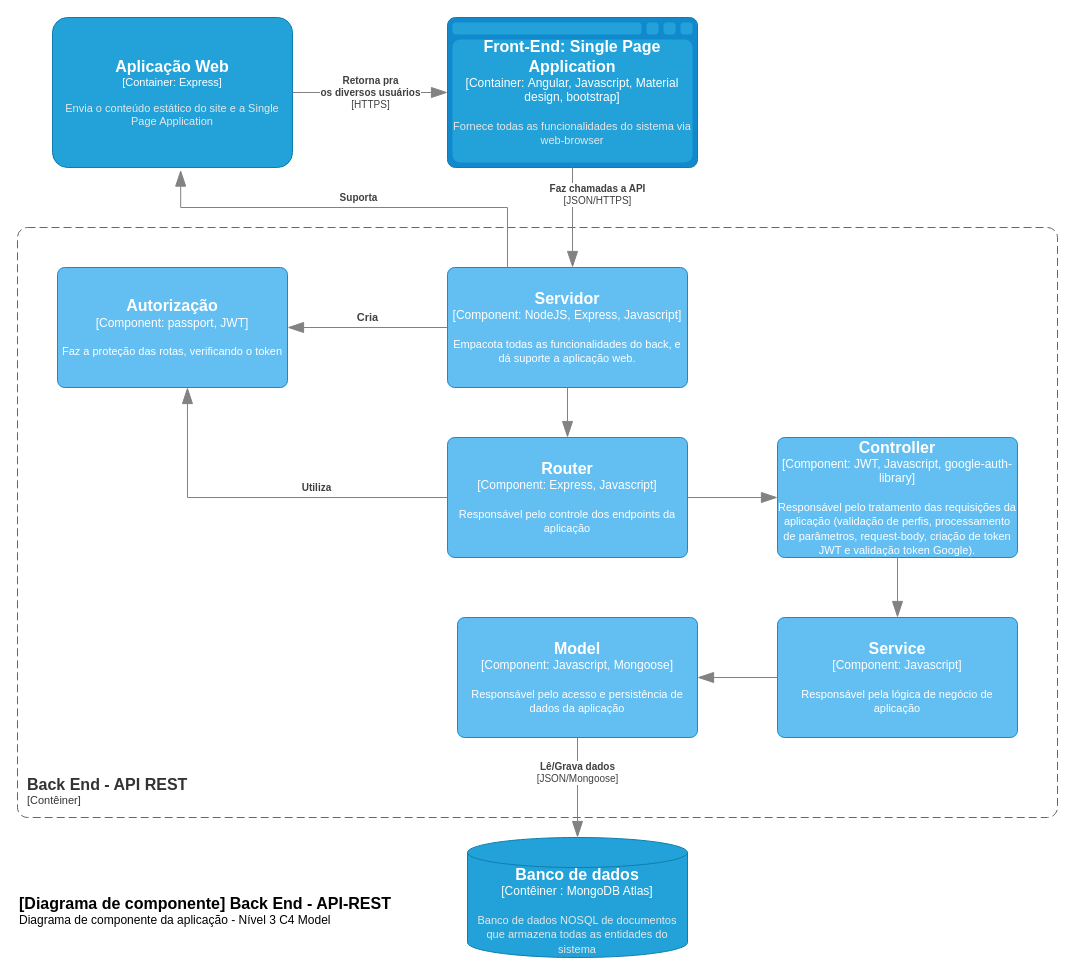
Before: page "Nível 3 - Componente Back End - API REST" (4 of 4) of projeto/documentacao/C4Model.drawio in adjamirgalvao/pucminas, a draw.io diagram. Source tidied: cells renumbered, new cells numbered last; positions are measured from the earlier drawing's top-left corner, leaving out a move shared by most shapes. Both pictures are drawn from the tidied source at 100%, with x=0, y=0 at pixel (17, 17).
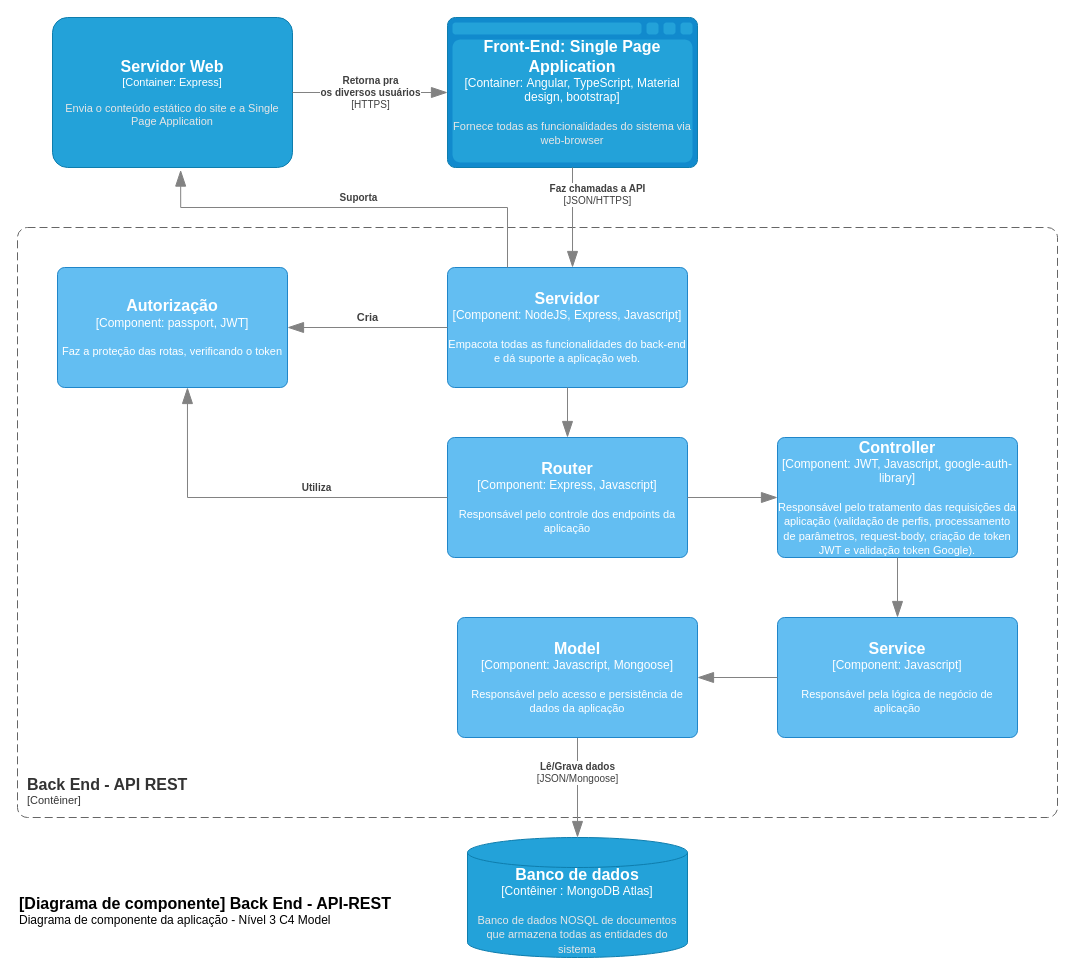
Above is the later version.

Commit message (it also covers changes not shown here):
corrigindo figura do c4 model

Diff of the diagram source:
```diff
@@
-    <object id="5" label="&lt;font style=&quot;font-size: 16px&quot;&gt;&lt;b&gt;%c4Type%&lt;/b&gt;&lt;/font&gt;&lt;div&gt;[%c4Container%:&amp;nbsp;%c4Technology%]&lt;/div&gt;&lt;br&gt;&lt;div&gt;&lt;font style=&quot;font-size: 11px&quot;&gt;&lt;font color=&quot;#E6E6E6&quot;&gt;%c4Description%&lt;/font&gt;&lt;/div&gt;" c4Container="Container" c4Description="Fornece todas as funcionalidades do sistema via web-browser" c4Technology="Angular, Javascript, Material design, bootstrap" c4Type="Front-End: Single Page Application" placeholders="1">
+    <object id="5" label="&lt;font style=&quot;font-size: 16px&quot;&gt;&lt;b&gt;%c4Type%&lt;/b&gt;&lt;/font&gt;&lt;div&gt;[%c4Container%:&amp;nbsp;%c4Technology%]&lt;/div&gt;&lt;br&gt;&lt;div&gt;&lt;font style=&quot;font-size: 11px&quot;&gt;&lt;font color=&quot;#E6E6E6&quot;&gt;%c4Description%&lt;/font&gt;&lt;/div&gt;" c4Container="Container" c4Description="Fornece todas as funcionalidades do sistema via web-browser" c4Technology="Angular, TypeScript, Material design, bootstrap" c4Type="Front-End: Single Page Application" placeholders="1">
       <mxCell style="shape=mxgraph.c4.webBrowserContainer2;whiteSpace=wrap;html=1;boundedLbl=1;rounded=0;labelBackgroundColor=none;strokeColor=#118ACD;fillColor=#23A2D9;strokeColor=#118ACD;strokeColor2=#0E7DAD;fontSize=12;fontColor=#ffffff;align=center;points=[[0,0.25,0,0,0],[0,0.5,0,0,0],[0,0.75,0,0,0],[0.5,0,0,0,0],[0.5,1,0,0,0],[1,0.25,0,0,0],[1,0.5,0,0,0],[1,0.75,0,0,0]];" parent="1" vertex="1">
         <mxGeometry x="430" width="250" height="150" as="geometry" />
       </mxCell>
     </object>
@@
-    <object id="8" label="&lt;font style=&quot;font-size: 16px&quot;&gt;&lt;b&gt;%c4Name%&lt;/b&gt;&lt;/font&gt;&lt;div&gt;[%c4Type%: %c4Technology%]&lt;/div&gt;&lt;br&gt;&lt;div&gt;&lt;font style=&quot;font-size: 11px&quot;&gt;%c4Description%&lt;/font&gt;&lt;/div&gt;" c4Description="Empacota todas as funcionalidades do back, e dá suporte a aplicação web." c4Name="Servidor" c4Technology="NodeJS, Express, Javascript" c4Type="Component" placeholders="1">
+    <object id="8" label="&lt;font style=&quot;font-size: 16px&quot;&gt;&lt;b&gt;%c4Name%&lt;/b&gt;&lt;/font&gt;&lt;div&gt;[%c4Type%: %c4Technology%]&lt;/div&gt;&lt;br&gt;&lt;div&gt;&lt;font style=&quot;font-size: 11px&quot;&gt;%c4Description%&lt;/font&gt;&lt;/div&gt;" c4Description="Empacota todas as funcionalidades do back-end e dá suporte a aplicação web." c4Name="Servidor" c4Technology="NodeJS, Express, Javascript" c4Type="Component" placeholders="1">
       <mxCell style="rounded=1;whiteSpace=wrap;html=1;labelBackgroundColor=none;fillColor=#63BEF2;fontColor=#ffffff;align=center;arcSize=6;strokeColor=#2086C9;points=[[0.25,0,0],[0.5,0,0],[0.75,0,0],[1,0.25,0],[1,0.5,0],[1,0.75,0],[0.75,1,0],[0.5,1,0],[0.25,1,0],[0,0.75,0],[0,0.5,0],[0,0.25,0]];" parent="1" vertex="1">
         <mxGeometry x="430" y="250" width="240" height="120" as="geometry" />
       </mxCell>
     </object>
@@
-    <object id="10" label="&lt;font style=&quot;font-size: 16px&quot;&gt;&lt;b&gt;%c4Name%&lt;/b&gt;&lt;/font&gt;&lt;div&gt;[%c4Type%: %c4Technology%]&lt;/div&gt;&lt;br&gt;&lt;div&gt;&lt;font style=&quot;font-size: 11px&quot;&gt;&lt;font color=&quot;#E6E6E6&quot;&gt;%c4Description%&lt;/font&gt;&lt;/div&gt;" c4Description="Envia o conteúdo estático do site e a Single Page Application" c4Name="Aplicação Web" c4Technology="Express" c4Type="Container" placeholders="1">
+    <object id="10" label="&lt;font style=&quot;font-size: 16px&quot;&gt;&lt;b&gt;%c4Name%&lt;/b&gt;&lt;/font&gt;&lt;div&gt;[%c4Type%: %c4Technology%]&lt;/div&gt;&lt;br&gt;&lt;div&gt;&lt;font style=&quot;font-size: 11px&quot;&gt;&lt;font color=&quot;#E6E6E6&quot;&gt;%c4Description%&lt;/font&gt;&lt;/div&gt;" c4Description="Envia o conteúdo estático do site e a Single Page Application" c4Name="Servidor Web" c4Technology="Express" c4Type="Container" placeholders="1">
       <mxCell style="rounded=1;whiteSpace=wrap;html=1;fontSize=11;labelBackgroundColor=none;fillColor=#23A2D9;fontColor=#ffffff;align=center;arcSize=10;strokeColor=#0E7DAD;points=[[0.25,0,0],[0.5,0,0],[0.75,0,0],[1,0.25,0],[1,0.5,0],[1,0.75,0],[0.75,1,0],[0.5,1,0],[0.25,1,0],[0,0.75,0],[0,0.5,0],[0,0.25,0]];" parent="1" vertex="1">
         <mxGeometry x="35" width="240" height="150" as="geometry" />
       </mxCell>
     </object>
```
